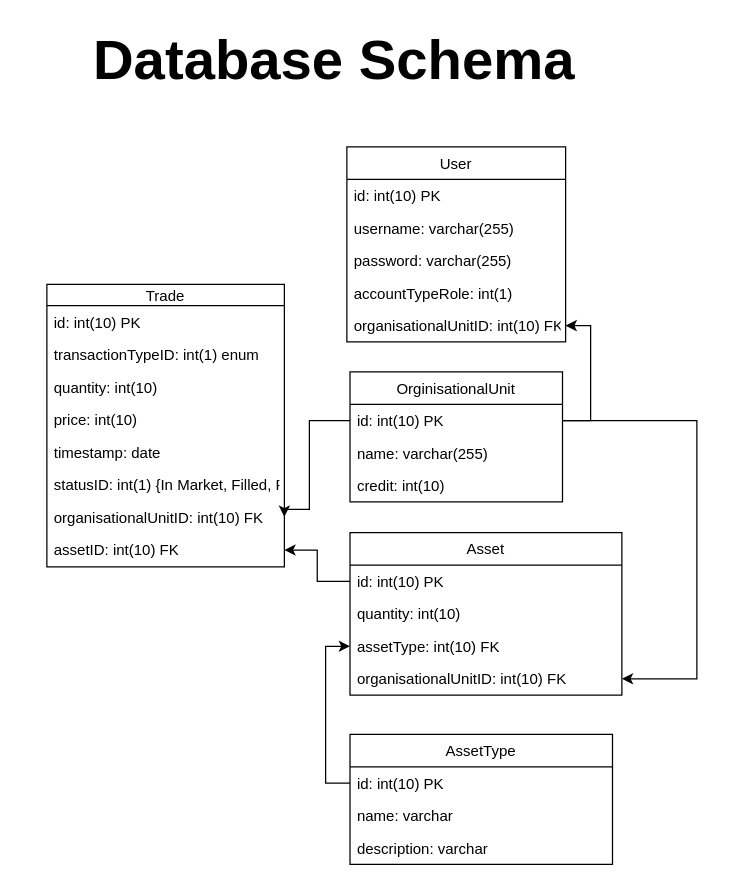
This is Project_Report/Database_Scheme_ORM.drawio from aash35/Assest-Trading-Platform, a draw.io file, before an edit. Source tidied: cells renumbered, new cells numbered last; positions are measured from the earlier drawing's top-left corner, leaving out a move shared by most shapes. Both pictures are drawn from the tidied source at 125%, with x=0, y=0 at pixel (21, 21).
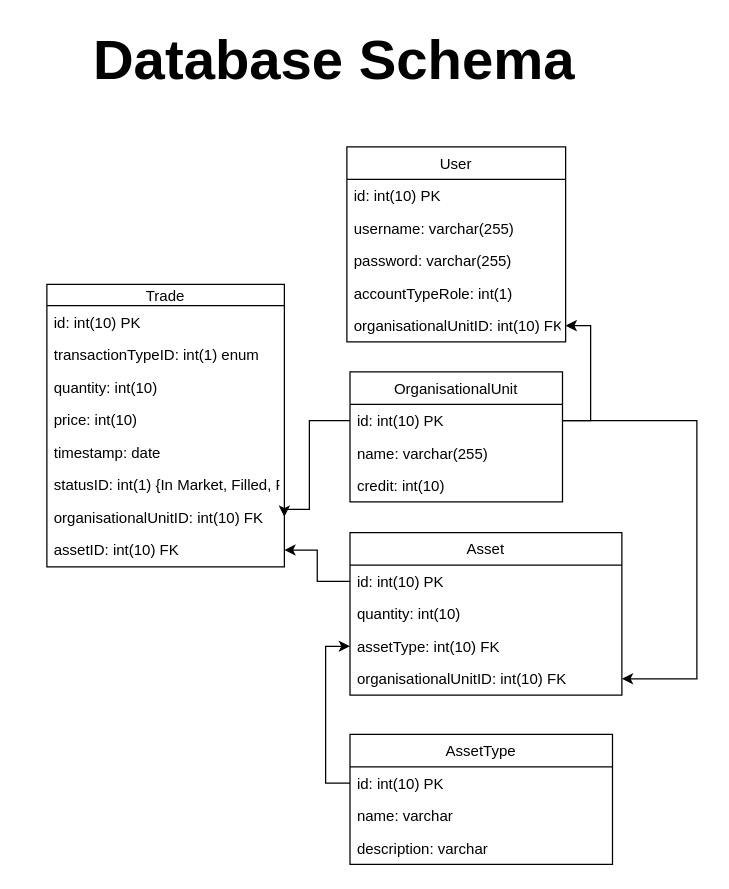
After the change.

Commit message (it also covers changes not shown here):
Milestone1Complete

Diff of the diagram source:
```diff
@@
-    <mxCell id="3" value="OrginisationalUnit" style="swimlane;fontStyle=0;horizontal=1;startSize=26;fillColor=none;" parent="1" vertex="1">
+    <mxCell id="3" value="OrganisationalUnit" style="swimlane;fontStyle=0;horizontal=1;startSize=26;fillColor=none;" parent="1" vertex="1">
       <mxGeometry x="262.5" y="280" width="170" height="104" as="geometry" />
     </mxCell>
```
